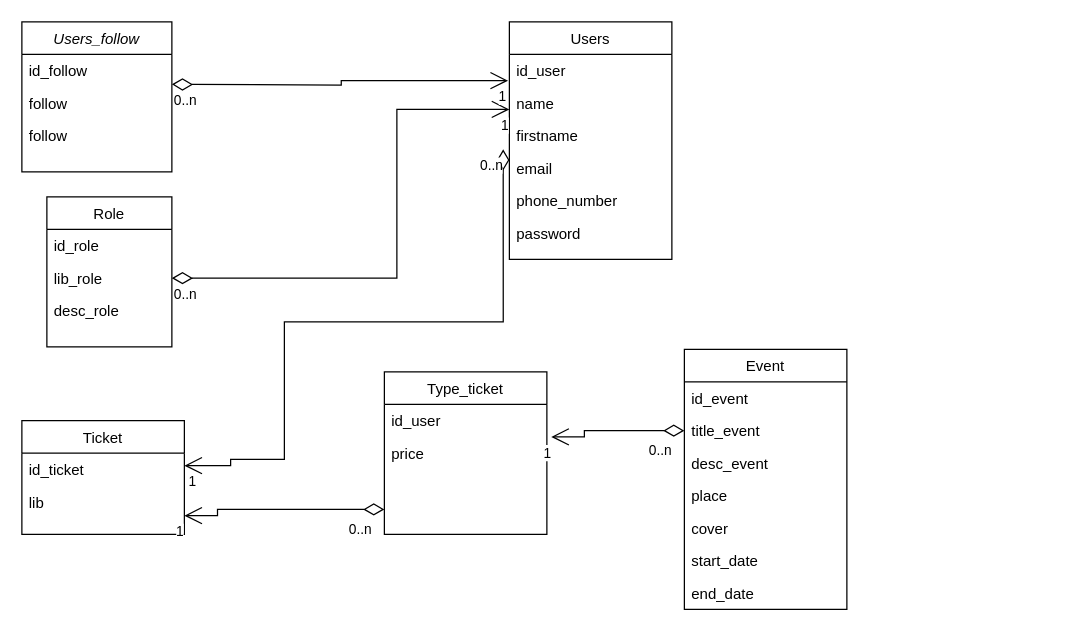
Kombatedamelan/test keeps this draw.io diagram as Diagramme sans nom.drawio. Above is the earlier version. Source tidied: cells renumbered, new cells numbered last; positions are measured from the earlier drawing's top-left corner, leaving out a move shared by most shapes. Both pictures are drawn from the tidied source at 125%, with x=0, y=0 at pixel (21, 21).
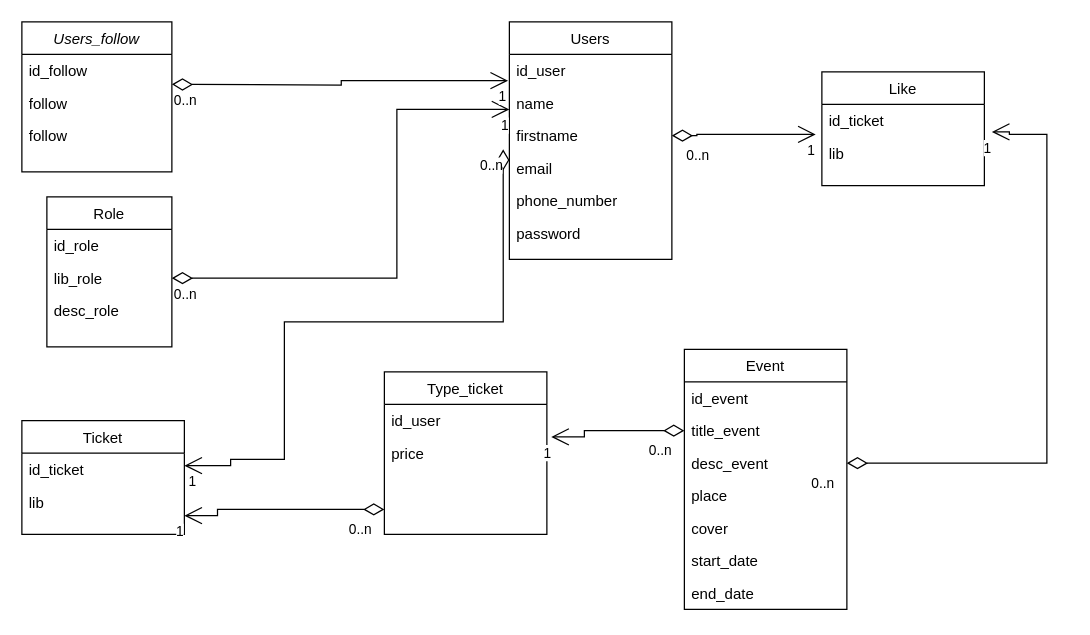
The same diagram, later.

Commit message (it also covers changes not shown here):
Mettre à jour Diagramme sans nom.drawio

The change refers to these unchanged cells:
```xml
<mxCell id="13" value="firstname" style="text;align=left;verticalAlign=top;spacingLeft=4;spacingRight=4;overflow=hidden;points=[[0,0.5],[1,0.5]];portConstraint=eastwest;rounded=0;shadow=0;html=0;" parent="10" vertex="1">
  <mxGeometry y="78" width="130" height="26" as="geometry" />
</mxCell>
<mxCell id="26" value="desc_event" style="text;align=left;verticalAlign=top;spacingLeft=4;spacingRight=4;overflow=hidden;points=[[0,0.5],[1,0.5]];portConstraint=eastwest;rounded=0;shadow=0;html=0;" parent="23" vertex="1">
  <mxGeometry y="78" width="130" height="26" as="geometry" />
</mxCell>
```

Diff of the diagram source:
```diff
@@
+    <mxCell id="46" value="Like" style="swimlane;fontStyle=0;align=center;verticalAlign=top;horizontal=1;startSize=26;rounded=0;shadow=0;strokeWidth=1;" parent="1" vertex="1">
+      <mxGeometry x="640" y="40" width="130" height="91" as="geometry" />
+    </mxCell>
+    <mxCell id="47" value="id_ticket" style="text;align=left;verticalAlign=top;spacingLeft=4;spacingRight=4;overflow=hidden;points=[[0,0.5],[1,0.5]];portConstraint=eastwest;" parent="46" vertex="1">
+      <mxGeometry y="26" width="130" height="26" as="geometry" />
+    </mxCell>
+    <mxCell id="48" value="lib" style="text;align=left;verticalAlign=top;spacingLeft=4;spacingRight=4;overflow=hidden;rounded=0;shadow=0;html=0;" parent="46" vertex="1">
+      <mxGeometry y="52" width="130" height="26" as="geometry" />
+    </mxCell>
+    <mxCell id="49" style="endArrow=open;html=1;endSize=12;startArrow=diamondThin;startSize=14;startFill=0;edgeStyle=orthogonalEdgeStyle;rounded=0;exitX=1;exitY=0.5;exitDx=0;exitDy=0;entryX=1.046;entryY=0.846;entryDx=0;entryDy=0;entryPerimeter=0;" parent="1" edge="1" source="26" target="47">
+      <mxGeometry x="-1" y="-384" relative="1" as="geometry">
+        <Array as="points">
+          <mxPoint x="820" y="353" />
+          <mxPoint x="820" y="90" />
+          <mxPoint x="790" y="90" />
+          <mxPoint x="790" y="88" />
+        </Array>
+        <mxPoint x="240" y="84" as="offset" />
+      </mxGeometry>
+    </mxCell>
+    <mxCell id="50" value="0..n" style="edgeLabel;html=1;align=left;verticalAlign=top;strokeColor=default;" parent="49" vertex="1">
+      <mxGeometry x="-1" relative="1" as="geometry">
+        <mxPoint x="-30" y="3" as="offset" />
+      </mxGeometry>
+    </mxCell>
+    <mxCell id="51" value="1" style="edgeLabel;html=1;align=right;verticalAlign=top;strokeColor=default;" parent="49" vertex="1">
+      <mxGeometry x="1" relative="1" as="geometry" />
+    </mxCell>
+    <mxCell id="52" style="endArrow=open;html=1;endSize=12;startArrow=diamondThin;startSize=14;startFill=0;edgeStyle=orthogonalEdgeStyle;rounded=0;entryX=-0.038;entryY=0.923;entryDx=0;entryDy=0;entryPerimeter=0;exitX=1;exitY=0.5;exitDx=0;exitDy=0;" parent="1" edge="1" source="13" target="47">
+      <mxGeometry x="0.01" y="10" relative="1" as="geometry">
+        <Array as="points">
+          <mxPoint x="540" y="91" />
+          <mxPoint x="540" y="90" />
+        </Array>
+      </mxGeometry>
+    </mxCell>
+    <mxCell id="53" value="0..n" style="edgeLabel;html=1;align=left;verticalAlign=top;strokeColor=default;" parent="52" vertex="1">
+      <mxGeometry x="-1" relative="1" as="geometry">
+        <mxPoint x="10" y="3" as="offset" />
+      </mxGeometry>
+    </mxCell>
+    <mxCell id="54" value="1" style="edgeLabel;html=1;align=right;verticalAlign=top;strokeColor=default;" parent="52" vertex="1">
+      <mxGeometry x="1" relative="1" as="geometry" />
+    </mxCell>
```
